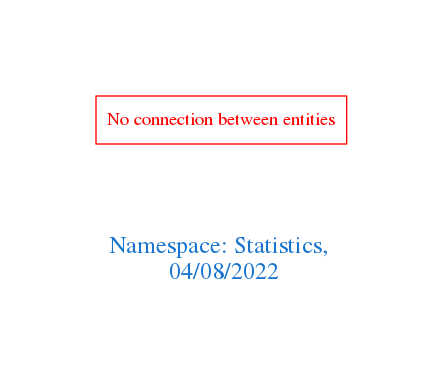
The Graphviz diagram downloads/Statistics.png in arago/OGIT, before a commit. Its source is kept beside it as downloads/Statistics.dot.
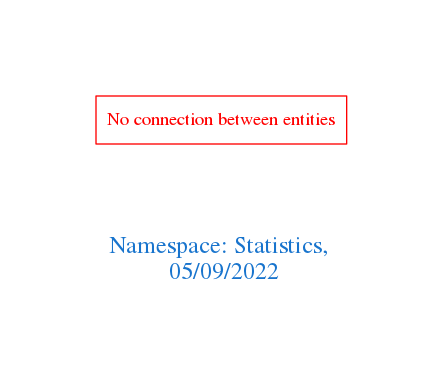
Above is the later version.

What changed in the source:
```diff
@@ -1,7 +1,7 @@
 digraph OGIT_ontology {
  graph [ rankdir= LR,pad=1
 fontsize = 18,
-fontcolor= dodgerblue3,label = "\n\n\nNamespace: Statistics, \n 04/08/2022"];
+fontcolor= dodgerblue3,label = "\n\n\nNamespace: Statistics, \n 05/09/2022"];
 node[shape=polygon];
 edge [  color="gray81"];
 
```
